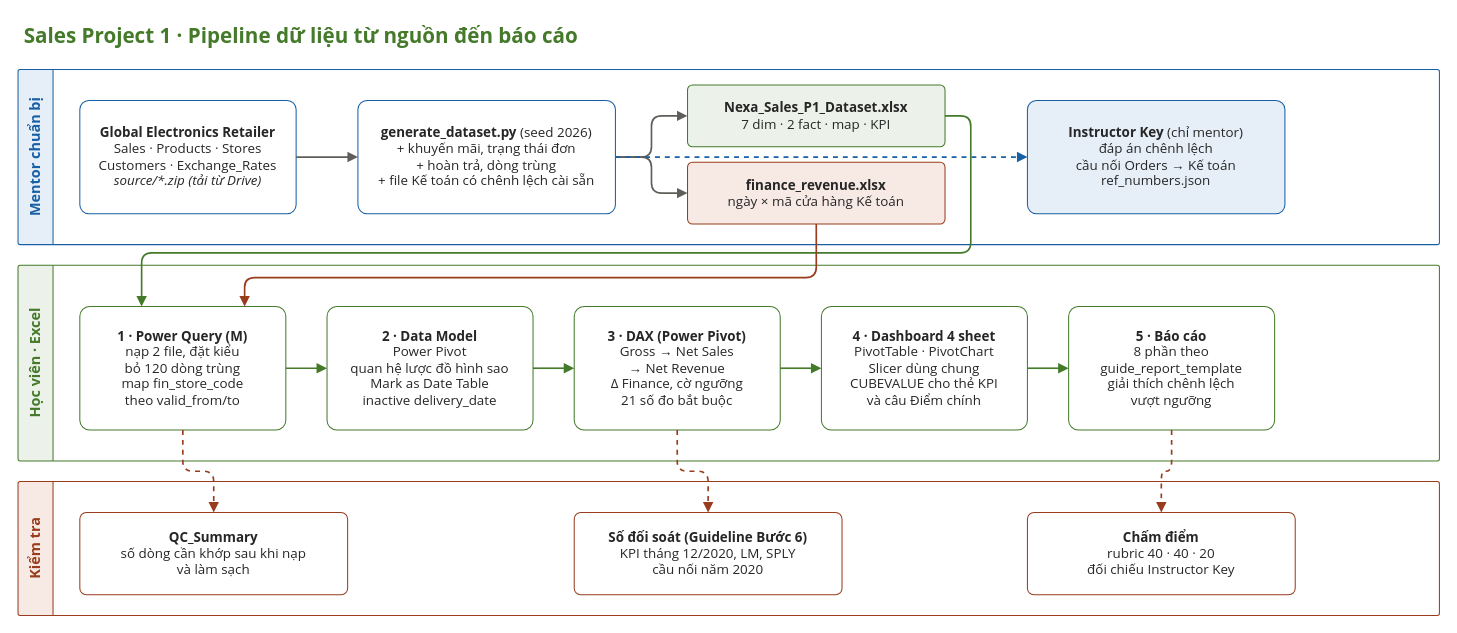
nguyennguyenphuc/eDA-Mentor keeps this draw.io diagram as Sales/Sales Data/Project 1/diagrams/01_pipeline_du_lieu.drawio. Above is the earlier version. Source tidied: cells renumbered, new cells numbered last; positions are measured from the earlier drawing's top-left corner, leaving out a move shared by most shapes. Both pictures are drawn from the tidied source at 103%, with x=0, y=0 at pixel (18, 18).
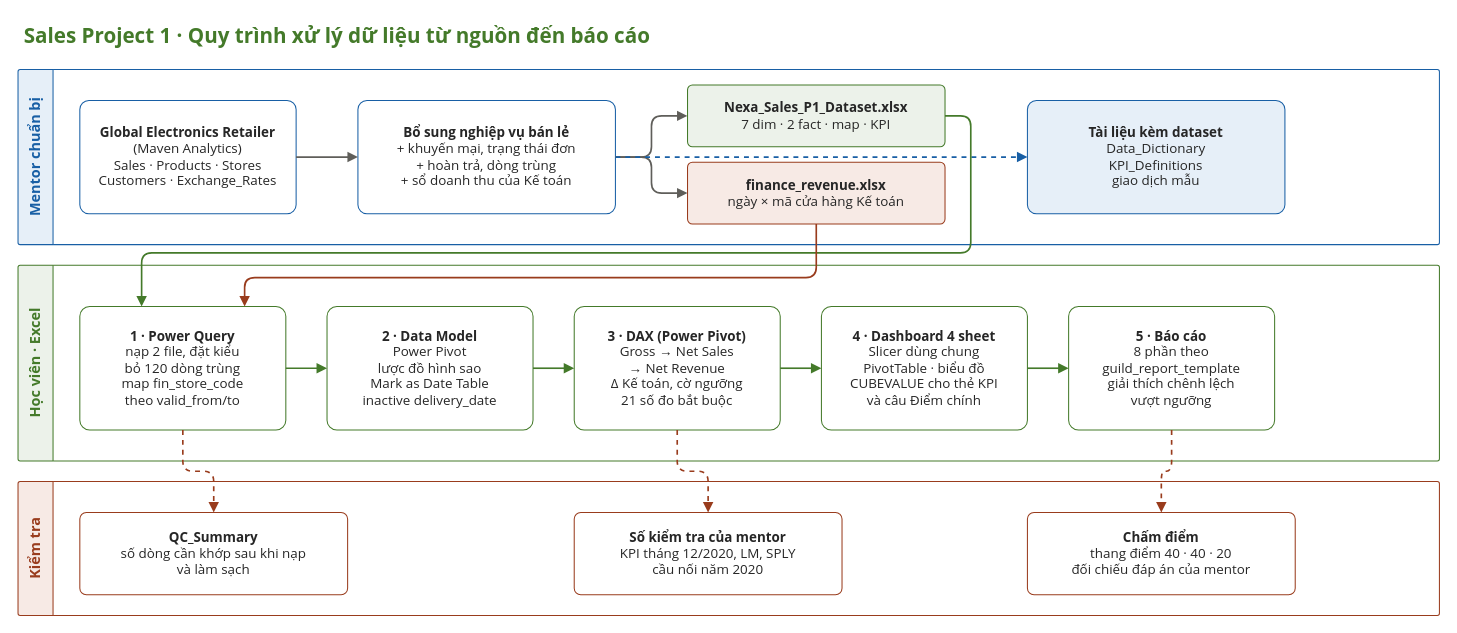
The same page after the edit.

The edit, as a diff of the source:
```diff
@@
-    <mxCell id="2" value="Sales Project 1 · Pipeline dữ liệu từ nguồn đến báo cáo" style="text;whiteSpace=wrap;html=1;fillColor=none;strokeColor=none;fontColor=#447A2A;fontSize=20;fontFamily=Segoe UI;align=left;verticalAlign=middle;spacing=6;fontStyle=1;" parent="1" vertex="1">
+    <mxCell id="2" value="Sales Project 1 · Quy trình xử lý dữ liệu từ nguồn đến báo cáo" style="text;whiteSpace=wrap;html=1;fillColor=none;strokeColor=none;fontColor=#447A2A;fontSize=20;fontFamily=Segoe UI;align=left;verticalAlign=middle;spacing=6;fontStyle=1;" parent="1" vertex="1">
       <mxGeometry width="1300" height="34" as="geometry" />
     </mxCell>
@@
-    <mxCell id="6" value="&lt;b&gt;Global Electronics Retailer&lt;/b&gt;&lt;br&gt;Sales · Products · Stores&lt;br&gt;Customers · Exchange_Rates&lt;br&gt;&lt;i&gt;source/*.zip (tải từ Drive)&lt;/i&gt;" style="rounded=1;arcSize=8;whiteSpace=wrap;html=1;fillColor=#FFFFFF;strokeColor=#185FA5;fontColor=#262626;fontSize=13;fontFamily=Segoe UI;align=center;verticalAlign=middle;spacing=6;" parent="1" vertex="1">
+    <mxCell id="6" value="&lt;b&gt;Global Electronics Retailer&lt;/b&gt;&lt;br&gt;(Maven Analytics)&lt;br&gt;Sales · Products · Stores&lt;br&gt;Customers · Exchange_Rates" style="rounded=1;arcSize=8;whiteSpace=wrap;html=1;fillColor=#FFFFFF;strokeColor=#185FA5;fontColor=#262626;fontSize=13;fontFamily=Segoe UI;align=center;verticalAlign=middle;spacing=6;" parent="1" vertex="1">
       <mxGeometry x="60" y="80" width="210" height="110" as="geometry" />
     </mxCell>
-    <mxCell id="7" value="&lt;b&gt;generate_dataset.py&lt;/b&gt; (seed 2026)&lt;br&gt;+ khuyến mãi, trạng thái đơn&lt;br&gt;+ hoàn trả, dòng trùng&lt;br&gt;+ file Kế toán có chênh lệch cài sẵn" style="rounded=1;arcSize=8;whiteSpace=wrap;html=1;fillColor=#FFFFFF;strokeColor=#185FA5;fontColor=#262626;fontSize=13;fontFamily=Segoe UI;align=center;verticalAlign=middle;spacing=6;" parent="1" vertex="1">
+    <mxCell id="7" value="&lt;b&gt;Bổ sung nghiệp vụ bán lẻ&lt;/b&gt;&lt;br&gt;+ khuyến mại, trạng thái đơn&lt;br&gt;+ hoàn trả, dòng trùng&lt;br&gt;+ sổ doanh thu của Kế toán" style="rounded=1;arcSize=8;whiteSpace=wrap;html=1;fillColor=#FFFFFF;strokeColor=#185FA5;fontColor=#262626;fontSize=13;fontFamily=Segoe UI;align=center;verticalAlign=middle;spacing=6;" parent="1" vertex="1">
       <mxGeometry x="330" y="80" width="250" height="110" as="geometry" />
     </mxCell>
@@
-    <mxCell id="10" value="&lt;b&gt;Instructor Key&lt;/b&gt; (chỉ mentor)&lt;br&gt;đáp án chênh lệch&lt;br&gt;cầu nối Orders → Kế toán&lt;br&gt;ref_numbers.json" style="rounded=1;arcSize=8;whiteSpace=wrap;html=1;fillColor=#E6EFF8;strokeColor=#185FA5;fontColor=#262626;fontSize=13;fontFamily=Segoe UI;align=center;verticalAlign=middle;spacing=6;" parent="1" vertex="1">
+    <mxCell id="10" value="&lt;b&gt;Tài liệu kèm dataset&lt;/b&gt;&lt;br&gt;Data_Dictionary&lt;br&gt;KPI_Definitions&lt;br&gt;giao dịch mẫu" style="rounded=1;arcSize=8;whiteSpace=wrap;html=1;fillColor=#E6EFF8;strokeColor=#185FA5;fontColor=#262626;fontSize=13;fontFamily=Segoe UI;align=center;verticalAlign=middle;spacing=6;" parent="1" vertex="1">
       <mxGeometry x="980" y="80" width="250" height="110" as="geometry" />
     </mxCell>
@@
-    <mxCell id="15" value="&lt;b&gt;1 · Power Query (M)&lt;/b&gt;&lt;br&gt;nạp 2 file, đặt kiểu&lt;br&gt;bỏ 120 dòng trùng&lt;br&gt;map fin_store_code&lt;br&gt;theo valid_from/to" style="rounded=1;arcSize=8;whiteSpace=wrap;html=1;fillColor=#FFFFFF;strokeColor=#447A2A;fontColor=#262626;fontSize=13;fontFamily=Segoe UI;align=center;verticalAlign=middle;spacing=6;" parent="1" vertex="1">
+    <mxCell id="15" value="&lt;b&gt;1 · Power Query&lt;/b&gt;&lt;br&gt;nạp 2 file, đặt kiểu&lt;br&gt;bỏ 120 dòng trùng&lt;br&gt;map fin_store_code&lt;br&gt;theo valid_from/to" style="rounded=1;arcSize=8;whiteSpace=wrap;html=1;fillColor=#FFFFFF;strokeColor=#447A2A;fontColor=#262626;fontSize=13;fontFamily=Segoe UI;align=center;verticalAlign=middle;spacing=6;" parent="1" vertex="1">
       <mxGeometry x="60" y="280" width="200" height="120" as="geometry" />
     </mxCell>
-    <mxCell id="16" value="&lt;b&gt;2 · Data Model&lt;/b&gt;&lt;br&gt;Power Pivot&lt;br&gt;quan hệ lược đồ hình sao&lt;br&gt;Mark as Date Table&lt;br&gt;inactive delivery_date" style="rounded=1;arcSize=8;whiteSpace=wrap;html=1;fillColor=#FFFFFF;strokeColor=#447A2A;fontColor=#262626;fontSize=13;fontFamily=Segoe UI;align=center;verticalAlign=middle;spacing=6;" parent="1" vertex="1">
+    <mxCell id="16" value="&lt;b&gt;2 · Data Model&lt;/b&gt;&lt;br&gt;Power Pivot&lt;br&gt;lược đồ hình sao&lt;br&gt;Mark as Date Table&lt;br&gt;inactive delivery_date" style="rounded=1;arcSize=8;whiteSpace=wrap;html=1;fillColor=#FFFFFF;strokeColor=#447A2A;fontColor=#262626;fontSize=13;fontFamily=Segoe UI;align=center;verticalAlign=middle;spacing=6;" parent="1" vertex="1">
       <mxGeometry x="300" y="280" width="200" height="120" as="geometry" />
     </mxCell>
-    <mxCell id="17" value="&lt;b&gt;3 · DAX (Power Pivot)&lt;/b&gt;&lt;br&gt;Gross → Net Sales&lt;br&gt;→ Net Revenue&lt;br&gt;Δ Finance, cờ ngưỡng&lt;br&gt;21 số đo bắt buộc" style="rounded=1;arcSize=8;whiteSpace=wrap;html=1;fillColor=#FFFFFF;strokeColor=#447A2A;fontColor=#262626;fontSize=13;fontFamily=Segoe UI;align=center;verticalAlign=middle;spacing=6;" parent="1" vertex="1">
+    <mxCell id="17" value="&lt;b&gt;3 · DAX (Power Pivot)&lt;/b&gt;&lt;br&gt;Gross → Net Sales&lt;br&gt;→ Net Revenue&lt;br&gt;Δ Kế toán, cờ ngưỡng&lt;br&gt;21 số đo bắt buộc" style="rounded=1;arcSize=8;whiteSpace=wrap;html=1;fillColor=#FFFFFF;strokeColor=#447A2A;fontColor=#262626;fontSize=13;fontFamily=Segoe UI;align=center;verticalAlign=middle;spacing=6;" parent="1" vertex="1">
       <mxGeometry x="540" y="280" width="200" height="120" as="geometry" />
     </mxCell>
-    <mxCell id="18" value="&lt;b&gt;4 · Dashboard 4 sheet&lt;/b&gt;&lt;br&gt;PivotTable · PivotChart&lt;br&gt;Slicer dùng chung&lt;br&gt;CUBEVALUE cho thẻ KPI&lt;br&gt;và câu Điểm chính" style="rounded=1;arcSize=8;whiteSpace=wrap;html=1;fillColor=#FFFFFF;strokeColor=#447A2A;fontColor=#262626;fontSize=13;fontFamily=Segoe UI;align=center;verticalAlign=middle;spacing=6;" parent="1" vertex="1">
+    <mxCell id="18" value="&lt;b&gt;4 · Dashboard 4 sheet&lt;/b&gt;&lt;br&gt;Slicer dùng chung&lt;br&gt;PivotTable · biểu đồ&lt;br&gt;CUBEVALUE cho thẻ KPI&lt;br&gt;và câu Điểm chính" style="rounded=1;arcSize=8;whiteSpace=wrap;html=1;fillColor=#FFFFFF;strokeColor=#447A2A;fontColor=#262626;fontSize=13;fontFamily=Segoe UI;align=center;verticalAlign=middle;spacing=6;" parent="1" vertex="1">
       <mxGeometry x="780" y="280" width="200" height="120" as="geometry" />
     </mxCell>
-    <mxCell id="19" value="&lt;b&gt;5 · Báo cáo&lt;/b&gt;&lt;br&gt;8 phần theo&lt;br&gt;guide_report_template&lt;br&gt;giải thích chênh lệch&lt;br&gt;vượt ngưỡng" style="rounded=1;arcSize=8;whiteSpace=wrap;html=1;fillColor=#FFFFFF;strokeColor=#447A2A;fontColor=#262626;fontSize=13;fontFamily=Segoe UI;align=center;verticalAlign=middle;spacing=6;" parent="1" vertex="1">
+    <mxCell id="19" value="&lt;b&gt;5 · Báo cáo&lt;/b&gt;&lt;br&gt;8 phần theo&lt;br&gt;guild_report_template&lt;br&gt;giải thích chênh lệch&lt;br&gt;vượt ngưỡng" style="rounded=1;arcSize=8;whiteSpace=wrap;html=1;fillColor=#FFFFFF;strokeColor=#447A2A;fontColor=#262626;fontSize=13;fontFamily=Segoe UI;align=center;verticalAlign=middle;spacing=6;" parent="1" vertex="1">
       <mxGeometry x="1020" y="280" width="200" height="120" as="geometry" />
     </mxCell>
@@
-    <mxCell id="27" value="&lt;b&gt;Số đối soát (Guideline Bước 6)&lt;/b&gt;&lt;br&gt;KPI tháng 12/2020, LM, SPLY&lt;br&gt;cầu nối năm 2020" style="rounded=1;arcSize=8;whiteSpace=wrap;html=1;fillColor=#FFFFFF;strokeColor=#993C1D;fontColor=#262626;fontSize=13;fontFamily=Segoe UI;align=center;verticalAlign=middle;spacing=6;" parent="1" vertex="1">
+    <mxCell id="27" value="&lt;b&gt;Số kiểm tra của mentor&lt;/b&gt;&lt;br&gt;KPI tháng 12/2020, LM, SPLY&lt;br&gt;cầu nối năm 2020" style="rounded=1;arcSize=8;whiteSpace=wrap;html=1;fillColor=#FFFFFF;strokeColor=#993C1D;fontColor=#262626;fontSize=13;fontFamily=Segoe UI;align=center;verticalAlign=middle;spacing=6;" parent="1" vertex="1">
       <mxGeometry x="540" y="480" width="260" height="80" as="geometry" />
     </mxCell>
-    <mxCell id="28" value="&lt;b&gt;Chấm điểm&lt;/b&gt;&lt;br&gt;rubric 40 · 40 · 20&lt;br&gt;đối chiếu Instructor Key" style="rounded=1;arcSize=8;whiteSpace=wrap;html=1;fillColor=#FFFFFF;strokeColor=#993C1D;fontColor=#262626;fontSize=13;fontFamily=Segoe UI;align=center;verticalAlign=middle;spacing=6;" parent="1" vertex="1">
+    <mxCell id="28" value="&lt;b&gt;Chấm điểm&lt;/b&gt;&lt;br&gt;thang điểm 40 · 40 · 20&lt;br&gt;đối chiếu đáp án của mentor" style="rounded=1;arcSize=8;whiteSpace=wrap;html=1;fillColor=#FFFFFF;strokeColor=#993C1D;fontColor=#262626;fontSize=13;fontFamily=Segoe UI;align=center;verticalAlign=middle;spacing=6;" parent="1" vertex="1">
       <mxGeometry x="980" y="480" width="260" height="80" as="geometry" />
     </mxCell>
```
